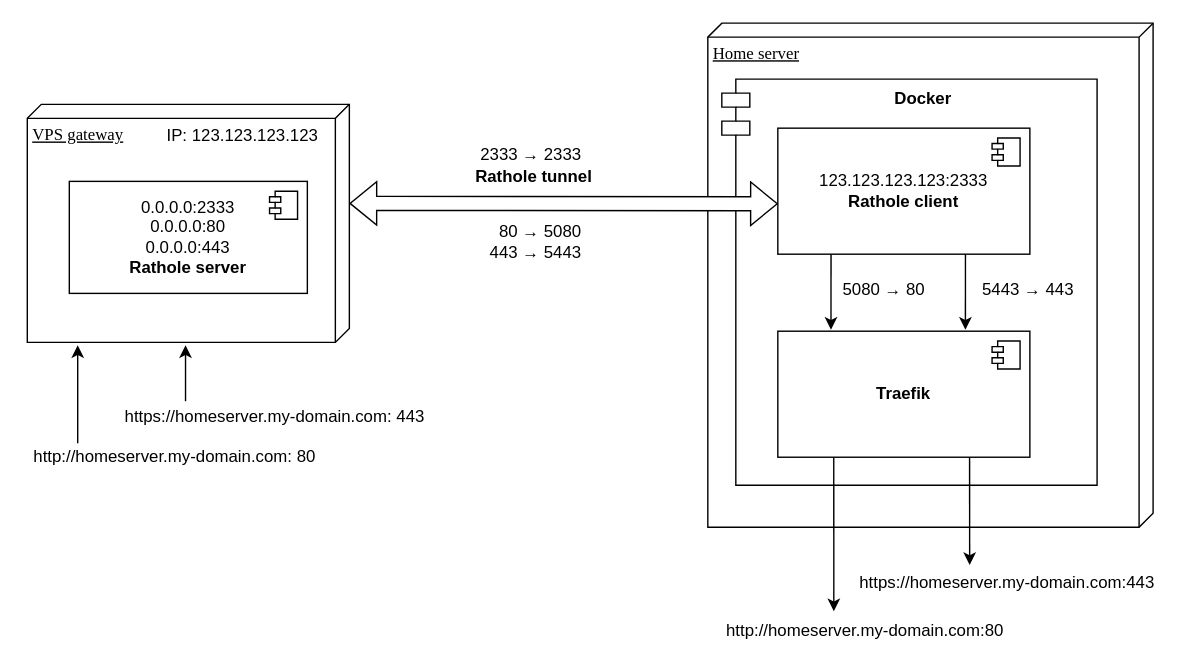
Before: src/content/post/2025/04-29-rathole-traefik-home-server/_resources/rathole-traefik-architecture-16-9.drawio.svg, a diagram exported from draw.io (nemanjam/nemanjam.github.io). Source tidied: cells renumbered, new cells last; positions are measured from the earlier drawing's top-left corner, leaving out a move shared by most shapes.
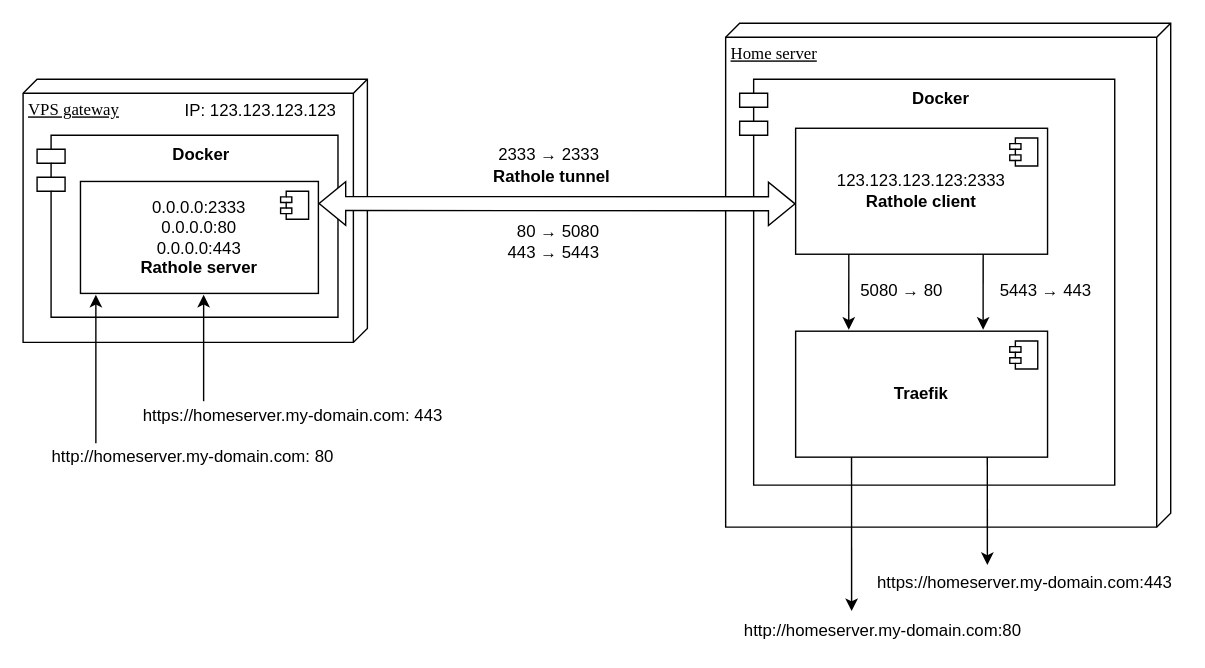
The same file after the commit.

Commit message:
fix cgnat and architecture diagram

Change to the diagram source:
```diff
@@ -3,19 +3,11 @@
     <mxCell id="0" />
     <mxCell id="1" parent="0" />
     <mxCell id="2" value="VPS gateway" style="verticalAlign=top;align=left;spacingTop=8;spacingLeft=2;spacingRight=12;shape=cube;size=10;direction=south;fontStyle=4;html=1;rounded=0;shadow=0;comic=0;labelBackgroundColor=none;strokeWidth=1;fontFamily=Verdana;fontSize=12;" parent="1" vertex="1">
-      <mxGeometry x="3" y="58" width="230" height="170" as="geometry" />
+      <mxGeometry x="-13" y="40" width="246" height="188" as="geometry" />
     </mxCell>
     <mxCell id="3" value="Home server" style="verticalAlign=top;align=left;spacingTop=8;spacingLeft=2;spacingRight=12;shape=cube;size=10;direction=south;fontStyle=4;html=1;rounded=0;shadow=0;comic=0;labelBackgroundColor=none;strokeWidth=1;fontFamily=Verdana;fontSize=12;" parent="1" vertex="1">
       <mxGeometry x="489" width="318" height="360" as="geometry" />
     </mxCell>
-    <mxCell id="4" value="&lt;div align=&quot;center&quot;&gt;0.0.0.0:2333&lt;br&gt;&lt;/div&gt;&lt;div align=&quot;center&quot;&gt;0.0.0.0:80&lt;br&gt;&lt;/div&gt;&lt;div align=&quot;center&quot;&gt;0.0.0.0:443&lt;/div&gt;&lt;div align=&quot;center&quot;&gt;&lt;b&gt;Rathole server&lt;/b&gt;&lt;/div&gt;" style="html=1;whiteSpace=wrap;align=center;" parent="1" vertex="1">
-      <mxGeometry x="33" y="113" width="170" height="80" as="geometry" />
-    </mxCell>
-    <mxCell id="5" style="shape=module;jettyWidth=8;jettyHeight=4;" parent="4" vertex="1">
-      <mxGeometry x="1" width="20" height="20" relative="1" as="geometry">
-        <mxPoint x="-27" y="7" as="offset" />
-      </mxGeometry>
-    </mxCell>
     <mxCell id="6" value="&lt;div&gt;http://homeserver.my-domain.com:80&lt;/div&gt;" style="text;html=1;align=center;verticalAlign=middle;whiteSpace=wrap;rounded=0;" parent="1" vertex="1">
       <mxGeometry x="498" y="424" width="207" height="20" as="geometry" />
     </mxCell>
@@ -56,9 +48,12 @@
         <mxPoint x="577" y="219" as="targetPoint" />
       </mxGeometry>
     </mxCell>
+    <mxCell id="28" value="Docker" style="shape=module;align=left;spacingLeft=20;align=center;verticalAlign=top;whiteSpace=wrap;html=1;fontStyle=1;" parent="1" vertex="1">
+      <mxGeometry x="-3" y="80" width="215" height="130" as="geometry" />
+    </mxCell>
     <mxCell id="16" style="shape=flexArrow;endArrow=classic;startArrow=classic;html=1;rounded=0;exitX=0.416;exitY=-0.004;exitDx=0;exitDy=0;exitPerimeter=0;entryX=0.006;entryY=0.6;entryDx=0;entryDy=0;entryPerimeter=0;fillColor=default;" parent="1" edge="1">
       <mxGeometry relative="1" as="geometry">
-        <mxPoint x="233" y="128.7" as="sourcePoint" />
+        <mxPoint x="198" y="128.7" as="sourcePoint" />
         <mxPoint x="539.1" y="129" as="targetPoint" />
       </mxGeometry>
     </mxCell>
@@ -89,7 +84,7 @@
     <mxCell id="23" style="endArrow=classic;html=1;rounded=0;" parent="1" edge="1">
       <mxGeometry relative="1" as="geometry">
         <mxPoint x="39" y="300" as="sourcePoint" />
-        <mxPoint x="39" y="230" as="targetPoint" />
+        <mxPoint x="39" y="194" as="targetPoint" />
       </mxGeometry>
     </mxCell>
     <mxCell id="24" value="&lt;div&gt;https://homeserver.my-domain.com: 443&lt;/div&gt;" style="text;html=1;align=center;verticalAlign=middle;whiteSpace=wrap;rounded=0;" parent="1" vertex="1">
@@ -98,14 +93,22 @@
     <mxCell id="25" style="endArrow=classic;html=1;rounded=0;" parent="1" edge="1">
       <mxGeometry relative="1" as="geometry">
         <mxPoint x="116" y="270" as="sourcePoint" />
-        <mxPoint x="116" y="230" as="targetPoint" />
+        <mxPoint x="116" y="194" as="targetPoint" />
       </mxGeometry>
     </mxCell>
     <mxCell id="26" value="&lt;div align=&quot;right&quot;&gt;2333 → 2333&lt;br&gt;&lt;/div&gt;" style="text;html=1;align=right;verticalAlign=middle;whiteSpace=wrap;rounded=0;" parent="1" vertex="1">
       <mxGeometry x="322" y="84" width="79" height="20" as="geometry" />
     </mxCell>
     <mxCell id="27" value="IP: 123.123.123.123" style="text;html=1;align=right;verticalAlign=middle;whiteSpace=wrap;rounded=0;" parent="1" vertex="1">
-      <mxGeometry x="91" y="71" width="122" height="20" as="geometry" />
+      <mxGeometry x="91" y="53" width="122" height="20" as="geometry" />
     </mxCell>
+    <mxCell id="4" value="&lt;div align=&quot;center&quot;&gt;0.0.0.0:2333&lt;br&gt;&lt;/div&gt;&lt;div align=&quot;center&quot;&gt;0.0.0.0:80&lt;br&gt;&lt;/div&gt;&lt;div align=&quot;center&quot;&gt;0.0.0.0:443&lt;/div&gt;&lt;div align=&quot;center&quot;&gt;&lt;b&gt;Rathole server&lt;/b&gt;&lt;/div&gt;" style="html=1;whiteSpace=wrap;align=center;" parent="1" vertex="1">
+      <mxGeometry x="28" y="113" width="170" height="80" as="geometry" />
+    </mxCell>
+    <mxCell id="5" style="shape=module;jettyWidth=8;jettyHeight=4;" parent="4" vertex="1">
+      <mxGeometry x="1" width="20" height="20" relative="1" as="geometry">
+        <mxPoint x="-27" y="7" as="offset" />
+      </mxGeometry>
+    </mxCell>
   </root>
 </mxGraphModel>
```
